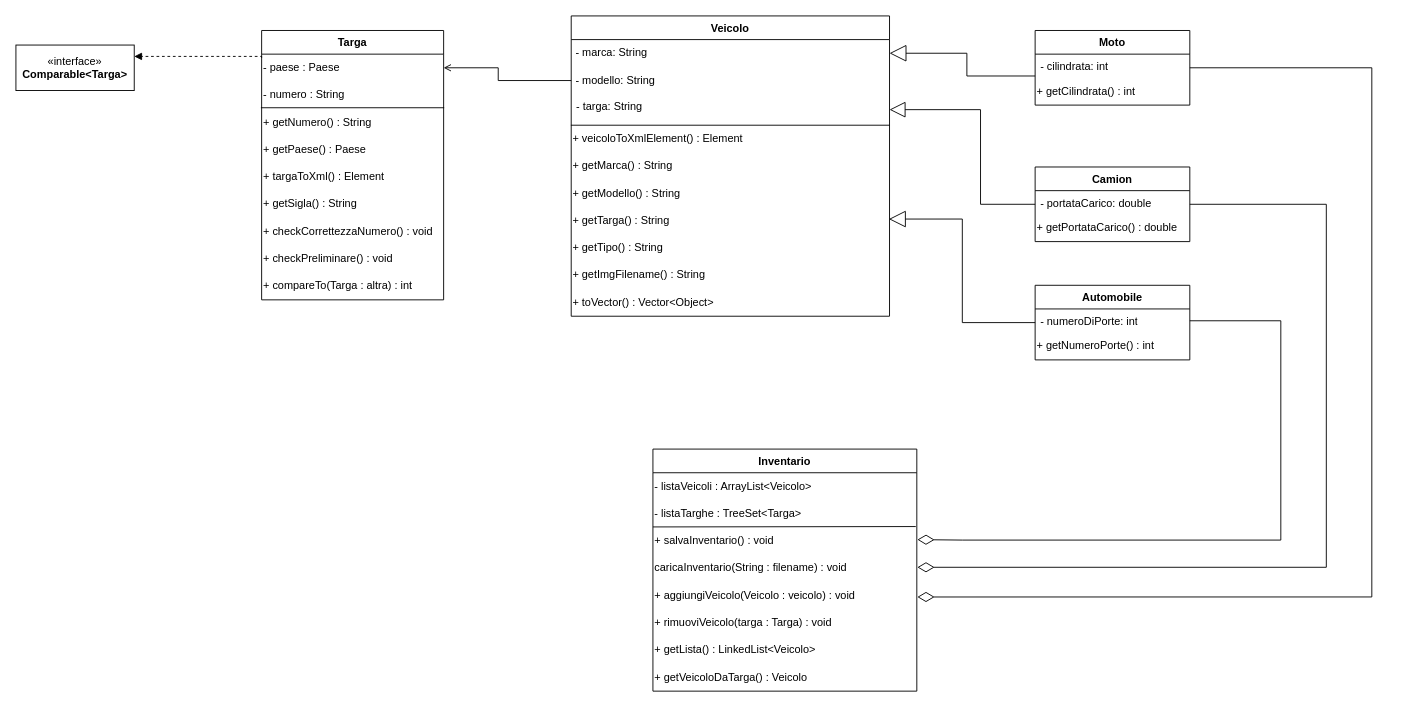
Bugs-Busters-UniBS/Progetto-EPS keeps this draw.io diagram as UML-Progetto-EPS.drawio. Above is the earlier version. Source tidied: cells renumbered, new cells numbered last; positions are measured from the earlier drawing's top-left corner, leaving out a move shared by most shapes. Both pictures are drawn from the tidied source at 91%, with x=0, y=0 at pixel (15, 15).
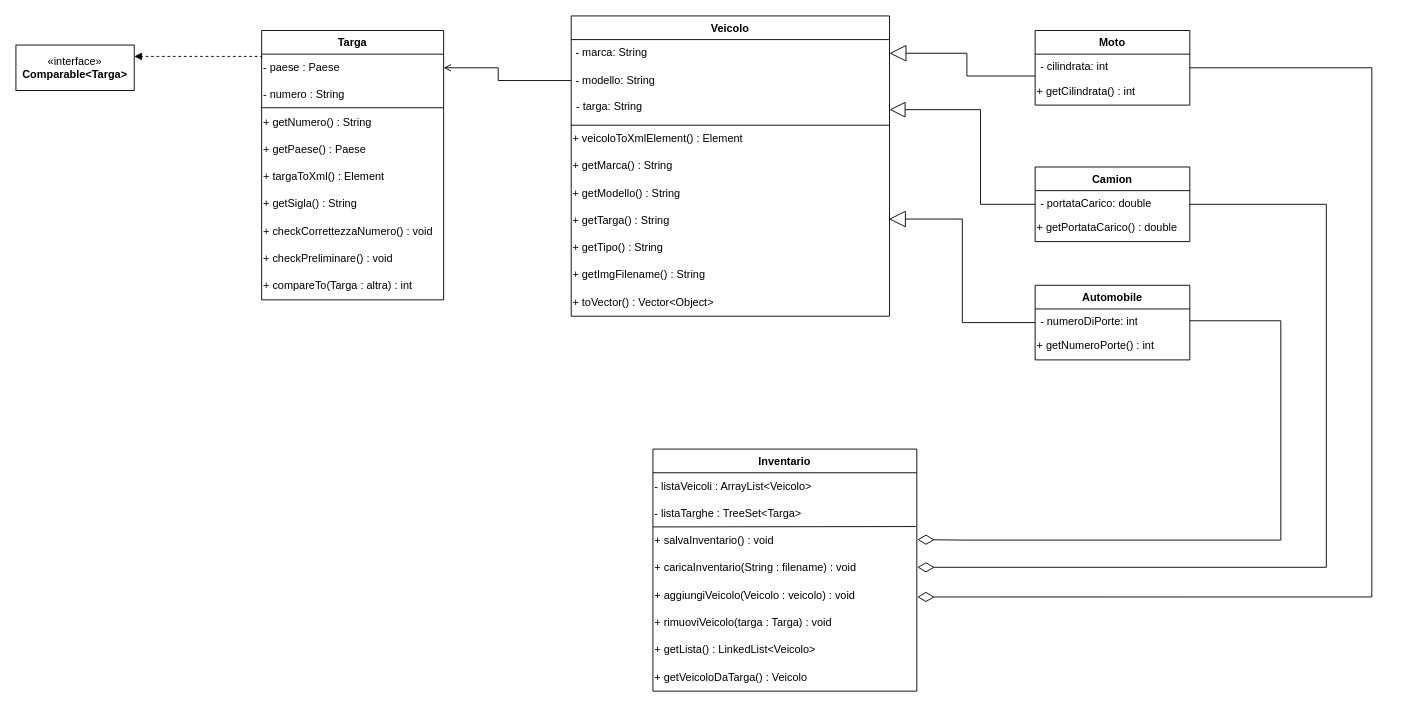
Above is the later version.

Commit message (it also covers changes not shown here):
Risolto errore nel diagramma UML

Unchanged cells that the change refers to:
```xml
<mxCell id="28" value="Inventario" style="swimlane;fontStyle=1;align=center;verticalAlign=top;horizontal=1;startSize=26;whiteSpace=wrap;html=1;" parent="1" vertex="1">
  <mxGeometry x="700" y="476" width="290" height="266" as="geometry" />
</mxCell>
```

Diff of the diagram source:
```diff
@@
-    <mxCell id="32" value="caricaInventario(String : filename) : void" style="text;html=1;align=left;verticalAlign=middle;points=[];strokeColor=none;fillColor=none;" parent="28" vertex="1">
+    <mxCell id="32" value="+ caricaInventario(String : filename) : void" style="text;html=1;align=left;verticalAlign=middle;points=[];strokeColor=none;fillColor=none;" parent="28" vertex="1">
       <mxGeometry y="116" width="290" height="30" as="geometry" />
     </mxCell>
```
